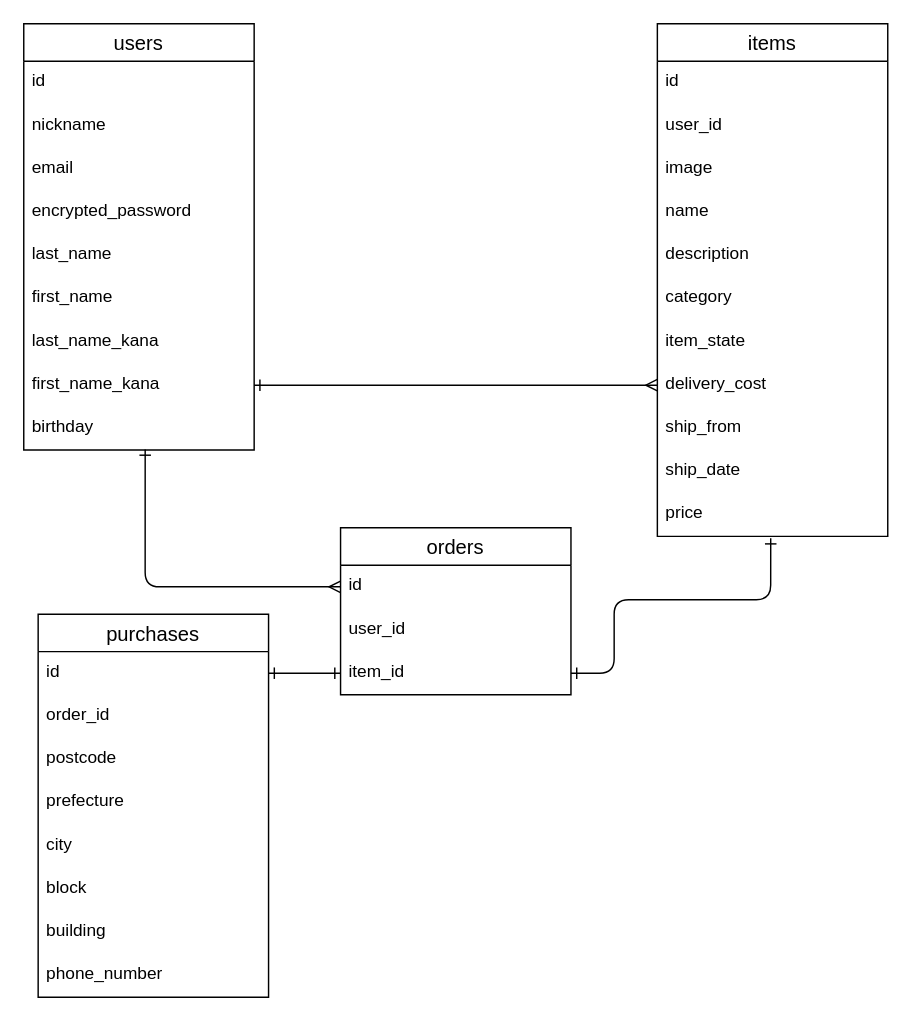
Earlier version of the draw.io diagram test.dio (mayu1122oo/furima-39068). Source tidied: cells renumbered, new cells numbered last; positions are measured from the earlier drawing's top-left corner, leaving out a move shared by most shapes. Both pictures are drawn from the tidied source at 144%, with x=0, y=0 at pixel (23, 23).
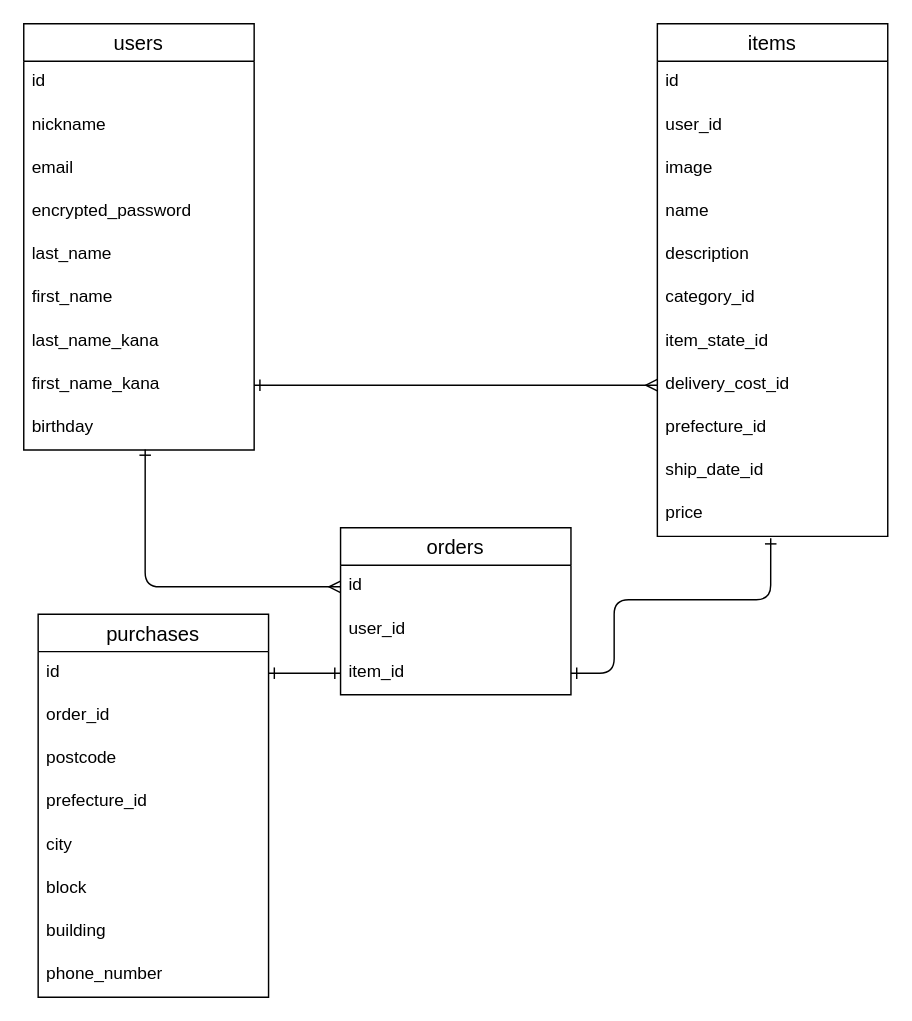
The same page after the edit.

Unchanged cells that the change refers to:
```xml
<mxCell id="12" value="items" style="swimlane;fontStyle=0;horizontal=1;startSize=26;align=center;fontSize=14;" parent="1" vertex="1">
  <mxGeometry x="440" width="160" height="356" as="geometry" />
</mxCell>
<mxCell id="28" value="purchases" style="swimlane;fontStyle=0;horizontal=1;startSize=26;align=center;fontSize=14;" parent="1" vertex="1">
  <mxGeometry x="10" y="410" width="160" height="266" as="geometry" />
</mxCell>
```

What changed in the source:
```diff
@@
-    <mxCell id="18" value="category" style="text;strokeColor=none;fillColor=none;spacingLeft=4;spacingRight=4;overflow=hidden;fontSize=12;" parent="12" vertex="1">
+    <mxCell id="18" value="category_id" style="text;strokeColor=none;fillColor=none;spacingLeft=4;spacingRight=4;overflow=hidden;fontSize=12;" parent="12" vertex="1">
       <mxGeometry y="176" width="160" height="30" as="geometry" />
     </mxCell>
-    <mxCell id="19" value="item_state" style="text;strokeColor=none;fillColor=none;spacingLeft=4;spacingRight=4;overflow=hidden;fontSize=12;" parent="12" vertex="1">
+    <mxCell id="19" value="item_state_id" style="text;strokeColor=none;fillColor=none;spacingLeft=4;spacingRight=4;overflow=hidden;fontSize=12;" parent="12" vertex="1">
       <mxGeometry y="206" width="160" height="30" as="geometry" />
     </mxCell>
-    <mxCell id="20" value="delivery_cost" style="text;strokeColor=none;fillColor=none;spacingLeft=4;spacingRight=4;overflow=hidden;points=[[0,0.5],[1,0.5]];portConstraint=eastwest;fontSize=12;" parent="12" vertex="1">
+    <mxCell id="20" value="delivery_cost_id" style="text;strokeColor=none;fillColor=none;spacingLeft=4;spacingRight=4;overflow=hidden;points=[[0,0.5],[1,0.5]];portConstraint=eastwest;fontSize=12;" parent="12" vertex="1">
       <mxGeometry y="236" width="160" height="30" as="geometry" />
     </mxCell>
-    <mxCell id="21" value="ship_from" style="text;strokeColor=none;fillColor=none;spacingLeft=4;spacingRight=4;overflow=hidden;fontSize=12;" parent="12" vertex="1">
+    <mxCell id="21" value="prefecture_id" style="text;strokeColor=none;fillColor=none;spacingLeft=4;spacingRight=4;overflow=hidden;fontSize=12;" parent="12" vertex="1">
       <mxGeometry y="266" width="160" height="30" as="geometry" />
     </mxCell>
-    <mxCell id="22" value="ship_date" style="text;strokeColor=none;fillColor=none;spacingLeft=4;spacingRight=4;overflow=hidden;fontSize=12;" parent="12" vertex="1">
+    <mxCell id="22" value="ship_date_id" style="text;strokeColor=none;fillColor=none;spacingLeft=4;spacingRight=4;overflow=hidden;fontSize=12;" parent="12" vertex="1">
       <mxGeometry y="296" width="160" height="30" as="geometry" />
     </mxCell>
@@
-    <mxCell id="32" value="prefecture" style="text;strokeColor=none;fillColor=none;spacingLeft=4;spacingRight=4;overflow=hidden;fontSize=12;" parent="28" vertex="1">
+    <mxCell id="32" value="prefecture_id" style="text;strokeColor=none;fillColor=none;spacingLeft=4;spacingRight=4;overflow=hidden;fontSize=12;" parent="28" vertex="1">
       <mxGeometry y="116" width="160" height="30" as="geometry" />
     </mxCell>
```
